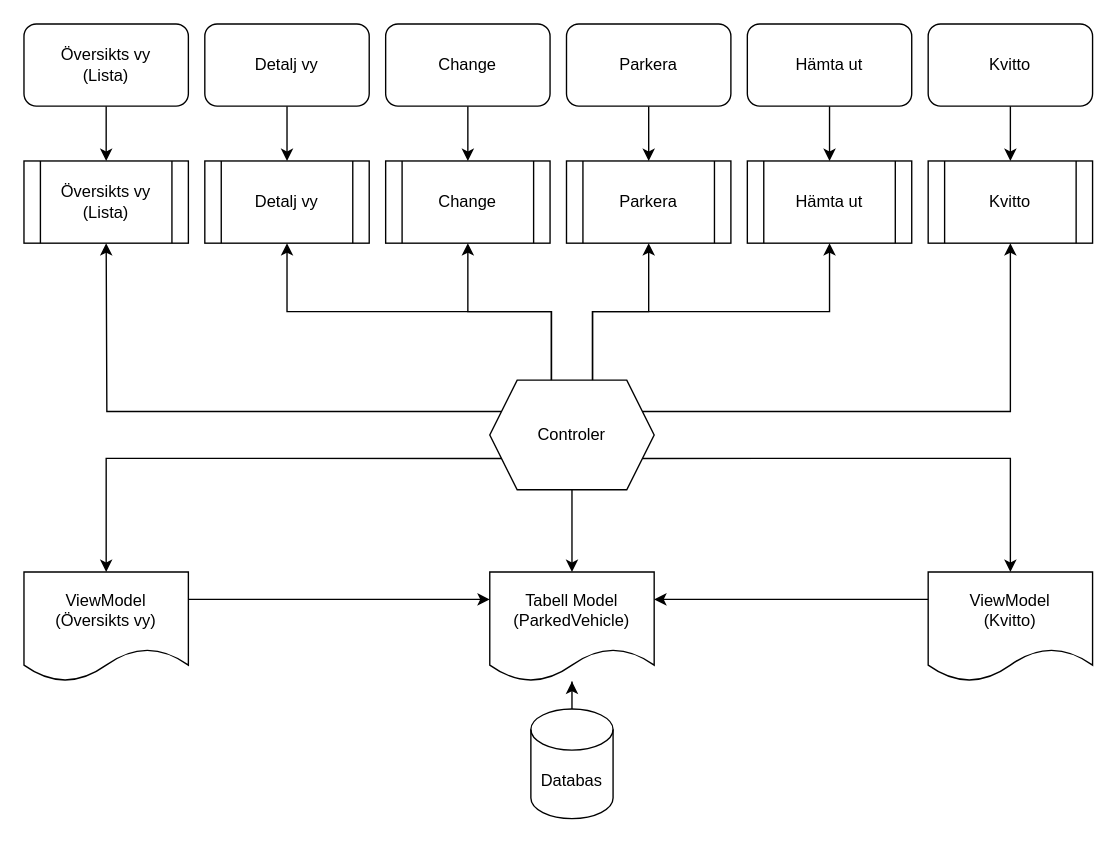
dornax/Ovning_14 keeps this draw.io diagram as Overview.drawio. Above is the earlier version. Source tidied: cells renumbered, new cells numbered last; positions are measured from the earlier drawing's top-left corner, leaving out a move shared by most shapes. Both pictures are drawn from the tidied source at 137%, with x=0, y=0 at pixel (23, 23).
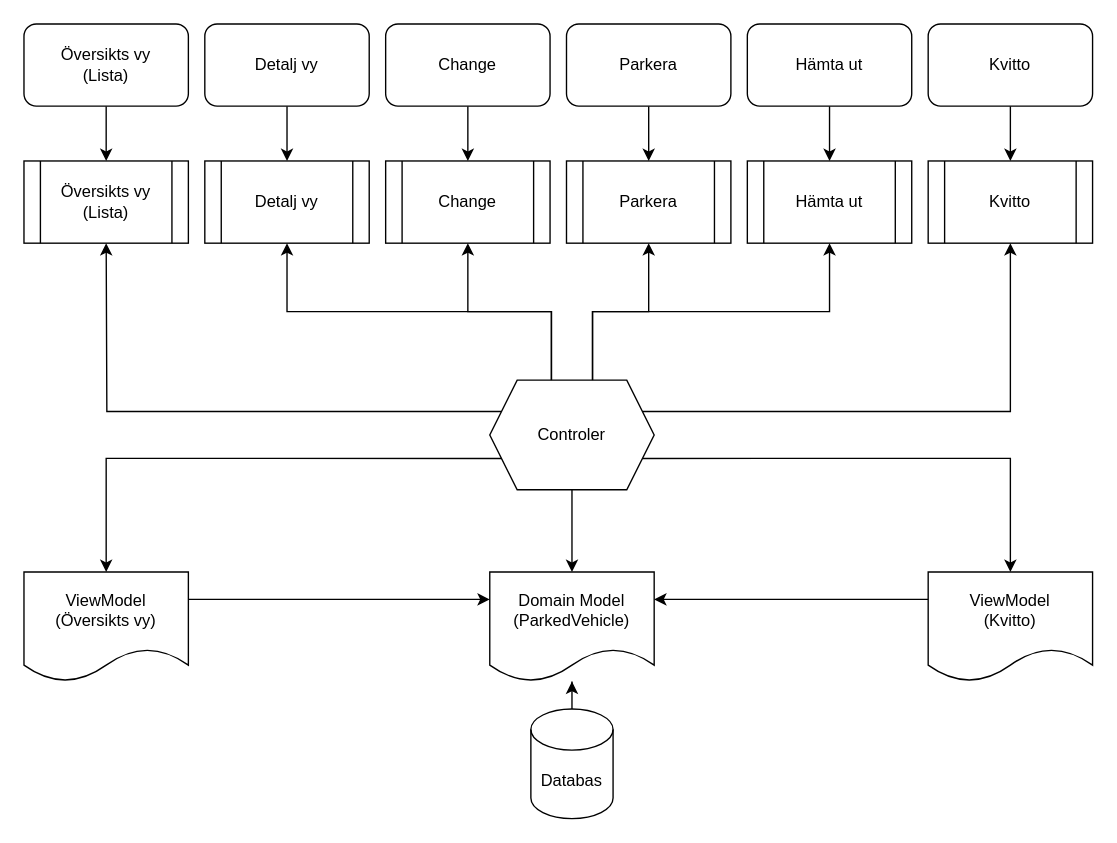
Above is the later version.

Commit message:
Uppdaterade diagrammet "Overview.drawioW

The edit, as a diff of the source:
```diff
@@
-    <mxCell id="14" value="Tabell Model&lt;br&gt;(ParkedVehicle)" style="shape=document;whiteSpace=wrap;html=1;boundedLbl=1;" parent="1" vertex="1">
+    <mxCell id="14" value="Domain Model&lt;br&gt;(ParkedVehicle)" style="shape=document;whiteSpace=wrap;html=1;boundedLbl=1;" parent="1" vertex="1">
       <mxGeometry x="340" y="400" width="120" height="80" as="geometry" />
     </mxCell>
```
